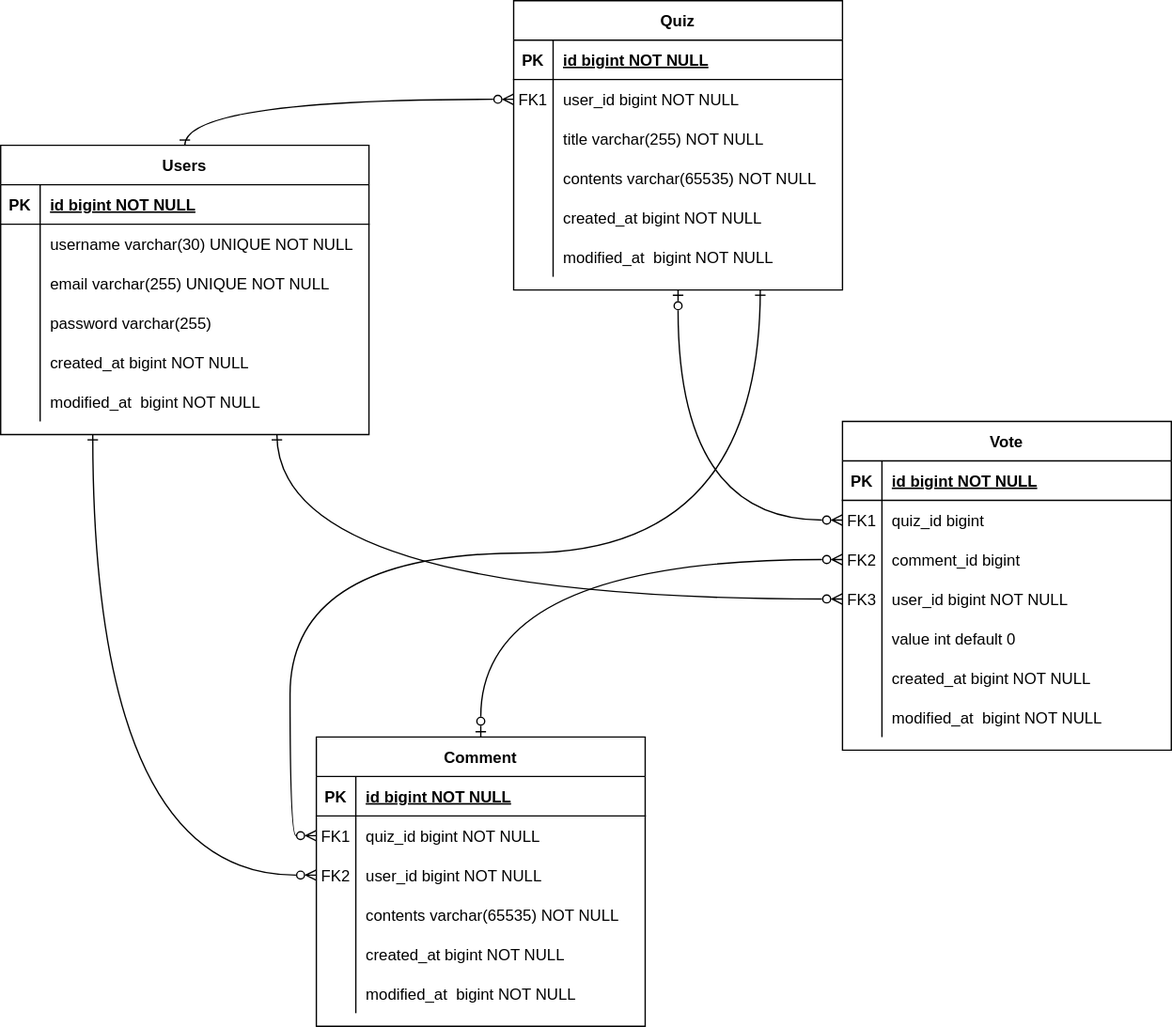
Before: document/erd.svg, a diagram exported from draw.io (leesh5000/Quiz-Moa-BE). Source tidied: cells renumbered, new cells last; positions are measured from the earlier drawing's top-left corner, leaving out a move shared by most shapes.
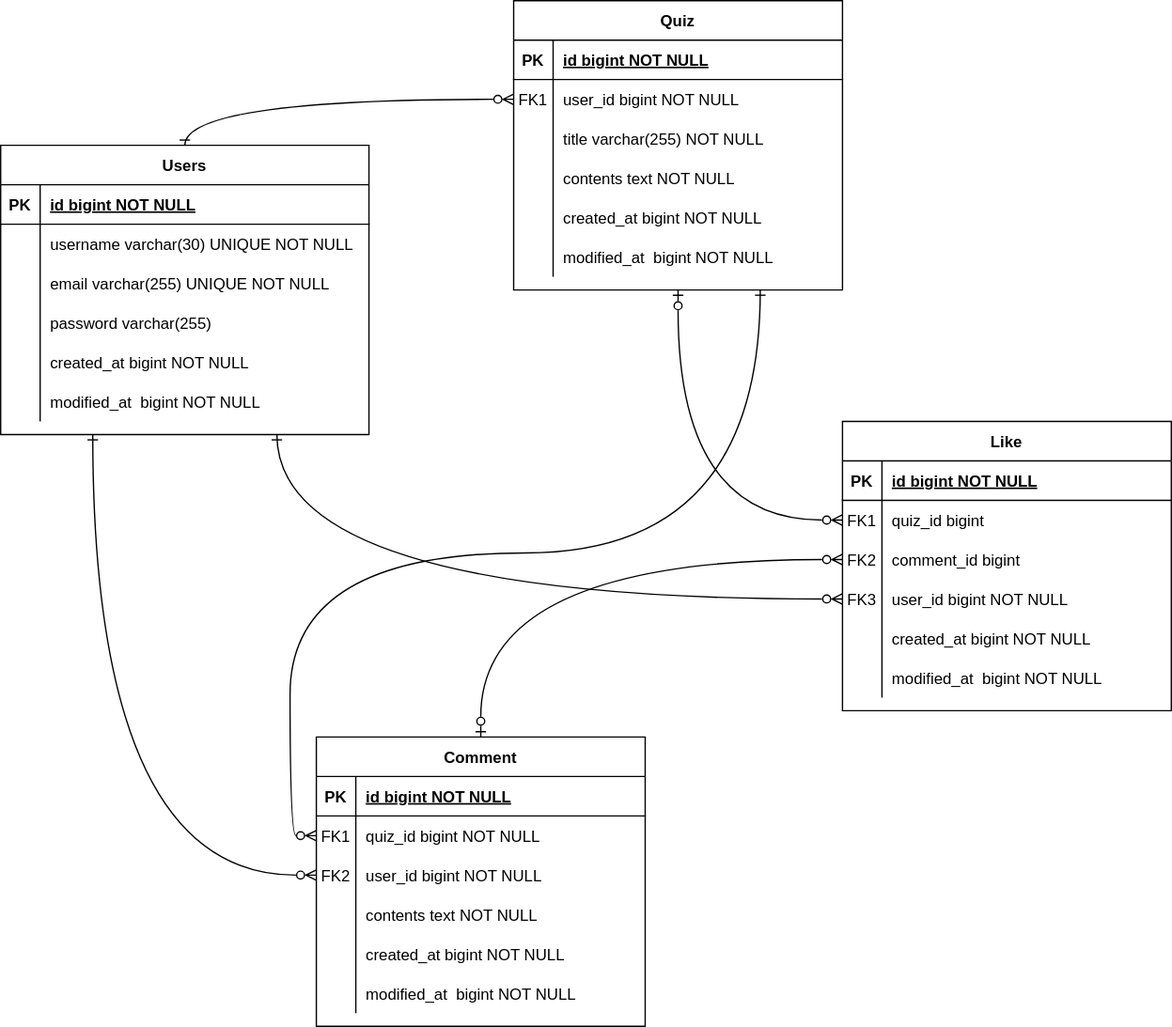
The same file after the commit.

Commit message:
#15 - 변경된 스키마 구조 반영

변경된 스키마 구조를 반영하였습니다.

- varchar(65535) -> text
- 좋아요 <-> 퀴즈, 댓글 테이블 Optional 관계 반영

Diff of the diagram source:
```diff
@@ -38,7 +38,7 @@
     <mxCell id="13" style="shape=partialRectangle;overflow=hidden;fillColor=none;top=0;left=0;bottom=0;right=0;" parent="12" vertex="1">
       <mxGeometry width="30" height="30" as="geometry" />
     </mxCell>
-    <mxCell id="14" value="contents varchar(65535) NOT NULL" style="shape=partialRectangle;overflow=hidden;fillColor=none;top=0;left=0;bottom=0;right=0;align=left;spacingLeft=6;" parent="12" vertex="1">
+    <mxCell id="14" value="contents text NOT NULL" style="shape=partialRectangle;overflow=hidden;fillColor=none;top=0;left=0;bottom=0;right=0;align=left;spacingLeft=6;" parent="12" vertex="1">
       <mxGeometry x="30" width="220" height="30" as="geometry" />
     </mxCell>
     <mxCell id="15" style="shape=partialRectangle;fillColor=none;top=0;left=0;right=0;bottom=0;" parent="2" vertex="1">
@@ -95,7 +95,7 @@
     <mxCell id="32" style="shape=partialRectangle;overflow=hidden;fillColor=none;top=0;left=0;bottom=0;right=0;" parent="31" vertex="1">
       <mxGeometry width="30" height="30" as="geometry" />
     </mxCell>
-    <mxCell id="33" value="contents varchar(65535) NOT NULL" style="shape=partialRectangle;overflow=hidden;fillColor=none;top=0;left=0;bottom=0;right=0;align=left;spacingLeft=6;" parent="31" vertex="1">
+    <mxCell id="33" value="contents text NOT NULL" style="shape=partialRectangle;overflow=hidden;fillColor=none;top=0;left=0;bottom=0;right=0;align=left;spacingLeft=6;" parent="31" vertex="1">
       <mxGeometry x="30" width="220" height="30" as="geometry" />
     </mxCell>
     <mxCell id="34" style="shape=partialRectangle;fillColor=none;top=0;left=0;right=0;bottom=0;" parent="21" vertex="1">
@@ -173,8 +173,8 @@
     <mxCell id="58" value="modified_at  bigint NOT NULL" style="shape=partialRectangle;overflow=hidden;fillColor=none;top=0;left=0;bottom=0;right=0;align=left;spacingLeft=6;" parent="56" vertex="1">
       <mxGeometry x="30" width="250" height="30" as="geometry" />
     </mxCell>
-    <mxCell id="59" value="Vote" style="shape=table;startSize=30;rowLines=0;fontStyle=1;align=center;" parent="1" vertex="1">
-      <mxGeometry x="640" y="320" width="250" height="250" as="geometry" />
+    <mxCell id="59" value="Like" style="shape=table;startSize=30;rowLines=0;fontStyle=1;align=center;" parent="1" vertex="1">
+      <mxGeometry x="640" y="320" width="250" height="220" as="geometry" />
     </mxCell>
     <mxCell id="60" style="shape=partialRectangle;fillColor=none;top=0;left=0;right=0;bottom=1;" parent="59" vertex="1">
       <mxGeometry y="30" width="250" height="30" as="geometry" />
@@ -212,17 +212,8 @@
     <mxCell id="71" value="user_id bigint NOT NULL" style="shape=partialRectangle;overflow=hidden;fillColor=none;top=0;left=0;bottom=0;right=0;align=left;spacingLeft=6;" parent="69" vertex="1">
       <mxGeometry x="30" width="220" height="30" as="geometry" />
     </mxCell>
-    <mxCell id="72" style="shape=partialRectangle;fillColor=none;top=0;left=0;right=0;bottom=0;" parent="59" vertex="1">
-      <mxGeometry y="150" width="250" height="30" as="geometry" />
-    </mxCell>
-    <mxCell id="73" style="shape=partialRectangle;overflow=hidden;fillColor=none;top=0;left=0;bottom=0;right=0;" parent="72" vertex="1">
-      <mxGeometry width="30" height="30" as="geometry" />
-    </mxCell>
-    <mxCell id="74" value="value int default 0" style="shape=partialRectangle;overflow=hidden;fillColor=none;top=0;left=0;bottom=0;right=0;align=left;spacingLeft=6;" parent="72" vertex="1">
-      <mxGeometry x="30" width="220" height="30" as="geometry" />
-    </mxCell>
     <mxCell id="75" style="shape=partialRectangle;fillColor=none;top=0;left=0;right=0;bottom=0;" parent="59" vertex="1">
-      <mxGeometry y="180" width="250" height="30" as="geometry" />
+      <mxGeometry y="150" width="250" height="30" as="geometry" />
     </mxCell>
     <mxCell id="76" style="shape=partialRectangle;overflow=hidden;fillColor=none;top=0;left=0;bottom=0;right=0;" parent="75" vertex="1">
       <mxGeometry width="30" height="30" as="geometry" />
@@ -231,7 +222,7 @@
       <mxGeometry x="30" width="220" height="30" as="geometry" />
     </mxCell>
     <mxCell id="78" style="shape=partialRectangle;fillColor=none;top=0;left=0;right=0;bottom=0;" parent="59" vertex="1">
-      <mxGeometry y="210" width="250" height="30" as="geometry" />
+      <mxGeometry y="180" width="250" height="30" as="geometry" />
     </mxCell>
     <mxCell id="79" style="shape=partialRectangle;overflow=hidden;fillColor=none;top=0;left=0;bottom=0;right=0;" parent="78" vertex="1">
       <mxGeometry width="30" height="30" as="geometry" />
```
